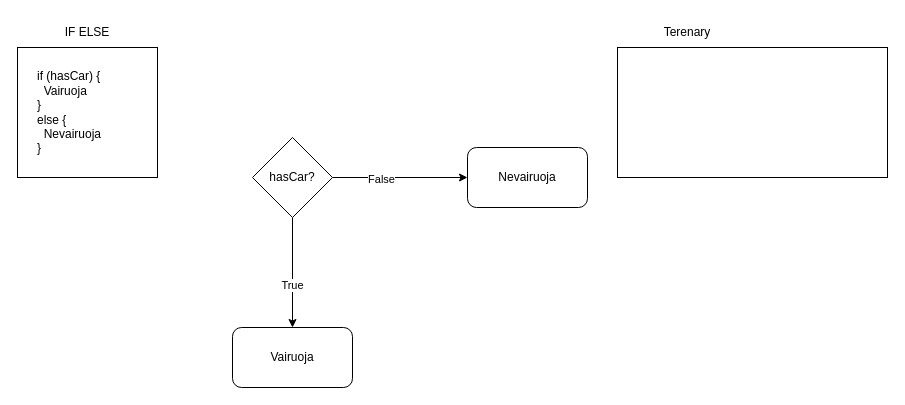
This is terenary.drawio from MariusCodeAcademy/feu2-03-logical-loops, a draw.io file, before an edit. Source tidied: cells renumbered, new cells numbered last; positions are measured from the earlier drawing's top-left corner, leaving out a move shared by most shapes. Both pictures are drawn from the tidied source at 100%, with x=0, y=0 at pixel (17, 17).
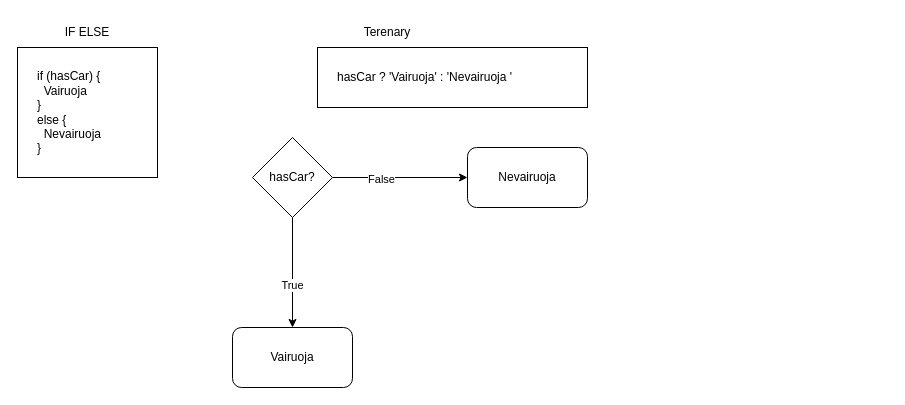
The same page after the edit.

Change to the diagram source:
```diff
@@
 <mxGraphModel>
   <root>
     <mxCell id="0" />
     <mxCell id="1" parent="0" />
     <mxCell id="2" value="Vairuoja" style="rounded=1;whiteSpace=wrap;html=1;" parent="1" vertex="1">
       <mxGeometry x="215" y="310" width="120" height="60" as="geometry" />
     </mxCell>
     <mxCell id="3" style="edgeStyle=none;html=1;" parent="1" edge="1" source="7">
       <mxGeometry relative="1" as="geometry">
         <mxPoint x="275" y="310" as="targetPoint" />
       </mxGeometry>
     </mxCell>
     <mxCell id="4" value="True" style="edgeLabel;html=1;align=center;verticalAlign=middle;" parent="3" vertex="1">
       <mxGeometry x="0.22" y="-1" relative="1" as="geometry" />
     </mxCell>
     <mxCell id="5" style="edgeStyle=none;html=1;" parent="1" edge="1" source="7">
       <mxGeometry relative="1" as="geometry">
         <mxPoint x="450" y="160" as="targetPoint" />
       </mxGeometry>
     </mxCell>
     <mxCell id="6" value="False" style="edgeLabel;html=1;align=center;verticalAlign=middle;" parent="5" vertex="1">
       <mxGeometry x="-0.29" y="-1" relative="1" as="geometry" />
     </mxCell>
     <mxCell id="7" value="hasCar?" style="rhombus;whiteSpace=wrap;html=1;" parent="1" vertex="1">
       <mxGeometry x="235" y="120" width="80" height="80" as="geometry" />
     </mxCell>
     <mxCell id="8" value="Nevairuoja" style="rounded=1;whiteSpace=wrap;html=1;" parent="1" vertex="1">
       <mxGeometry x="450" y="130" width="120" height="60" as="geometry" />
     </mxCell>
     <mxCell id="9" value="if (hasCar) {&lt;br&gt;&amp;nbsp; Vairuoja&lt;br&gt;}&lt;br&gt;else {&lt;br&gt;&lt;div&gt;&lt;span&gt;&amp;nbsp; Nevairuoja&lt;/span&gt;&lt;/div&gt;}" style="rounded=0;whiteSpace=wrap;html=1;align=left;spacingLeft=18;" parent="1" vertex="1">
       <mxGeometry y="30" width="140" height="130" as="geometry" />
     </mxCell>
     <mxCell id="10" value="IF ELSE" style="text;html=1;strokeColor=none;fillColor=none;align=center;verticalAlign=middle;whiteSpace=wrap;rounded=0;" parent="1" vertex="1">
       <mxGeometry x="40" width="60" height="30" as="geometry" />
     </mxCell>
-    <mxCell id="11" style="rounded=0;whiteSpace=wrap;html=1;align=left;spacingLeft=18;" parent="1" vertex="1">
-      <mxGeometry x="600" y="30" width="270" height="130" as="geometry" />
+    <mxCell id="11" value="hasCar ? 'Vairuoja' : 'Nevairuoja '" style="rounded=0;whiteSpace=wrap;html=1;align=left;spacingLeft=18;" parent="1" vertex="1">
+      <mxGeometry x="300" y="30" width="270" height="60" as="geometry" />
     </mxCell>
     <mxCell id="12" value="Terenary" style="text;html=1;strokeColor=none;fillColor=none;align=center;verticalAlign=middle;whiteSpace=wrap;rounded=0;" parent="1" vertex="1">
-      <mxGeometry x="640" width="60" height="30" as="geometry" />
+      <mxGeometry x="340" width="60" height="30" as="geometry" />
     </mxCell>
   </root>
 </mxGraphModel>
```
